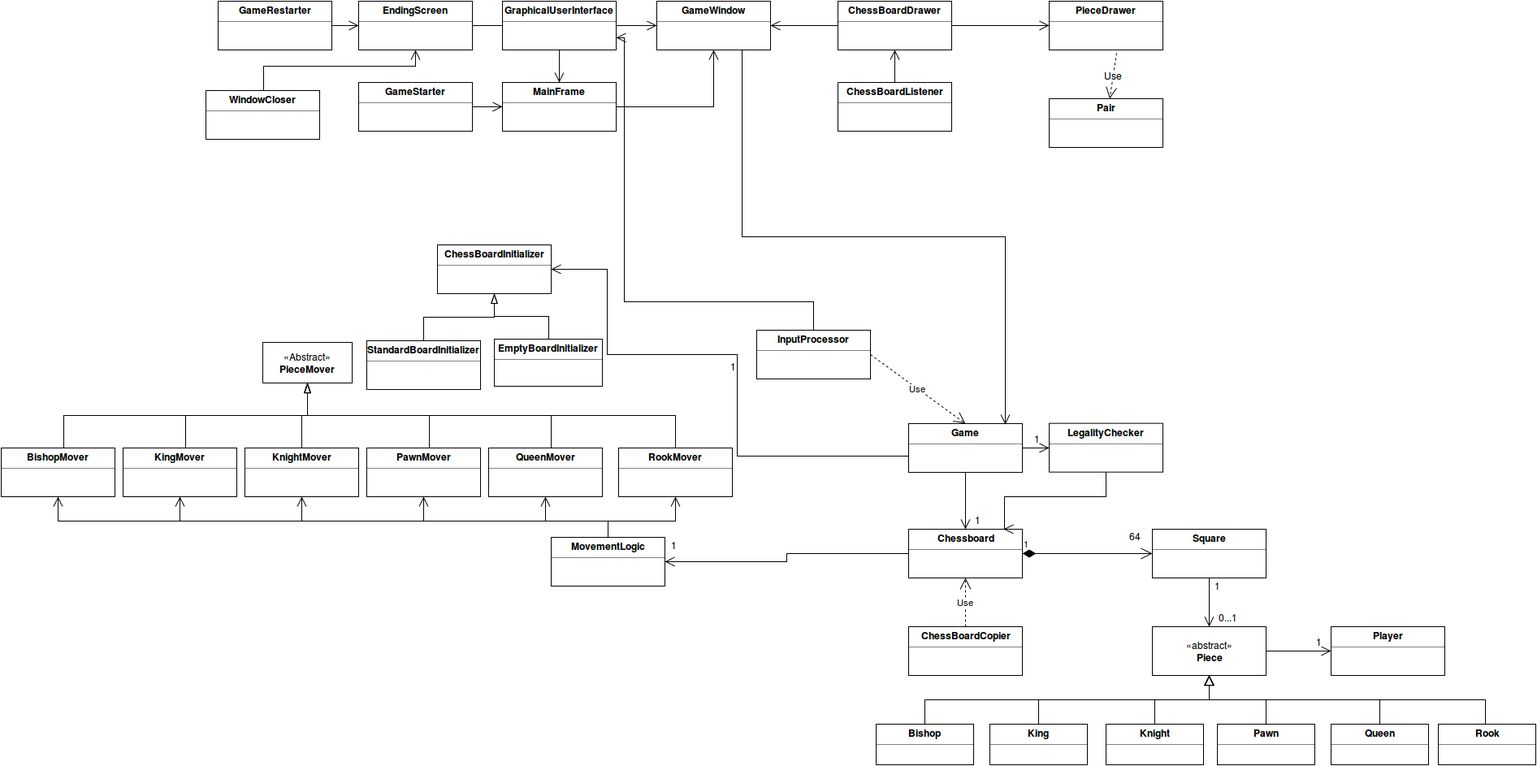
Above: dokumentaatio/Luokkakaavio.png in salsam/Samin-shakki (draw.io), before the change. Source tidied: cells renumbered, new cells last; positions are measured from the earlier drawing's top-left corner, leaving out a move shared by most shapes.
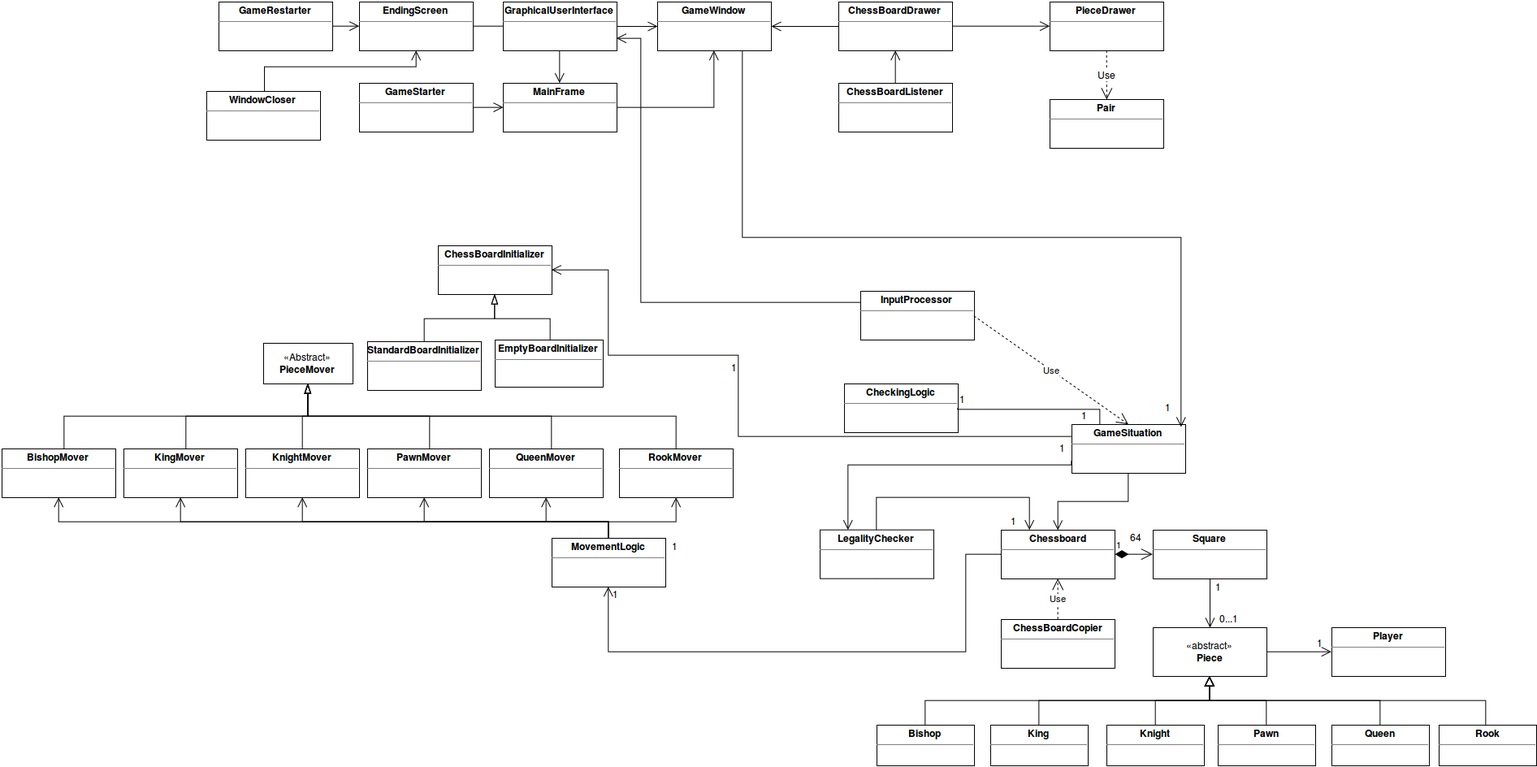
Later version of the same file.

Commit message:
Luokkakaavio päivitetty

What changed in the source:
```diff
@@ -2,9 +2,8 @@
   <root>
     <mxCell id="0" />
     <mxCell id="1" parent="0" />
-    <mxCell id="2" value="1" style="endArrow=open;html=1;endSize=12;startArrow=diamondThin;startSize=14;startFill=1;edgeStyle=orthogonalEdgeStyle;align=left;verticalAlign=bottom;" parent="1" edge="1">
+    <mxCell id="2" value="1" style="endArrow=open;html=1;endSize=12;startArrow=diamondThin;startSize=14;startFill=1;edgeStyle=orthogonalEdgeStyle;align=left;verticalAlign=bottom;" parent="1" edge="1" source="7">
       <mxGeometry x="-1" y="3" relative="1" as="geometry">
-        <mxPoint x="1257" y="680" as="sourcePoint" />
         <mxPoint x="1417" y="680" as="targetPoint" />
         <Array as="points">
           <mxPoint x="1337" y="680" />
@@ -21,12 +20,15 @@
     <mxCell id="5" value="«abstract»&lt;br&gt;&lt;b&gt;Piece&lt;/b&gt;" style="html=1;" parent="1" vertex="1">
       <mxGeometry x="1417" y="770" width="140" height="60" as="geometry" />
     </mxCell>
-    <mxCell id="6" style="edgeStyle=orthogonalEdgeStyle;rounded=0;html=1;entryX=1;entryY=0.5;startSize=6;endArrow=open;endFill=0;endSize=10;jettySize=auto;strokeWidth=1;" parent="1" edge="1" source="7" target="44">
-      <mxGeometry relative="1" as="geometry" />
+    <mxCell id="6" style="edgeStyle=orthogonalEdgeStyle;rounded=0;html=1;entryX=0.5;entryY=1;startSize=6;endArrow=open;endFill=0;endSize=10;jettySize=auto;strokeWidth=1;" parent="1" edge="1" source="7" target="44">
+      <mxGeometry relative="1" as="geometry">
+        <Array as="points">
+          <mxPoint x="1187" y="680" />
+          <mxPoint x="1187" y="800" />
+          <mxPoint x="747" y="800" />
+        </Array>
+      </mxGeometry>
     </mxCell>
-    <mxCell id="7" value="&lt;p style=&quot;margin: 0px ; margin-top: 4px ; text-align: center&quot;&gt;&lt;b&gt;Chessboard&lt;/b&gt;&lt;/p&gt;&lt;hr size=&quot;1&quot;&gt;&lt;div style=&quot;height: 2px&quot;&gt;&lt;/div&gt;" style="verticalAlign=top;align=left;overflow=fill;fontSize=12;fontFamily=Helvetica;html=1;" parent="1" vertex="1">
-      <mxGeometry x="1117" y="650" width="140" height="60" as="geometry" />
-    </mxCell>
     <mxCell id="8" style="edgeStyle=orthogonalEdgeStyle;rounded=0;html=1;startSize=6;endArrow=open;endFill=0;endSize=10;jettySize=auto;strokeWidth=1;" parent="1" edge="1" source="9" target="5">
       <mxGeometry relative="1" as="geometry" />
     </mxCell>
@@ -107,44 +109,44 @@
     <mxCell id="25" style="edgeStyle=orthogonalEdgeStyle;rounded=0;html=1;startSize=6;endArrow=open;endFill=0;endSize=10;jettySize=auto;strokeWidth=1;" parent="1" edge="1" source="27" target="7">
       <mxGeometry relative="1" as="geometry" />
     </mxCell>
-    <mxCell id="26" style="edgeStyle=orthogonalEdgeStyle;rounded=0;html=1;startSize=6;endArrow=open;endFill=0;endSize=10;jettySize=auto;strokeWidth=1;entryX=1;entryY=0.5;" parent="1" edge="1" source="27" target="28">
+    <mxCell id="26" style="edgeStyle=orthogonalEdgeStyle;rounded=0;html=1;startSize=6;endArrow=open;endFill=0;endSize=10;jettySize=auto;strokeWidth=1;entryX=1;entryY=0.5;exitX=0;exitY=0.25;" parent="1" edge="1" source="27" target="28">
       <mxGeometry relative="1" as="geometry">
         <Array as="points">
-          <mxPoint x="906" y="560" />
+          <mxPoint x="906" y="535" />
           <mxPoint x="906" y="435" />
           <mxPoint x="746" y="435" />
           <mxPoint x="746" y="330" />
         </Array>
       </mxGeometry>
     </mxCell>
-    <mxCell id="27" value="&lt;p style=&quot;margin: 0px ; margin-top: 4px ; text-align: center&quot;&gt;&lt;b&gt;Game&lt;/b&gt;&lt;br&gt;&lt;/p&gt;&lt;hr size=&quot;1&quot;&gt;&lt;div style=&quot;height: 2px&quot;&gt;&lt;/div&gt;" style="verticalAlign=top;align=left;overflow=fill;fontSize=12;fontFamily=Helvetica;html=1;" parent="1" vertex="1">
-      <mxGeometry x="1117" y="520" width="140" height="60" as="geometry" />
+    <mxCell id="27" value="&lt;p style=&quot;margin: 0px ; margin-top: 4px ; text-align: center&quot;&gt;&lt;b&gt;GameSituation&lt;/b&gt;&lt;br&gt;&lt;/p&gt;&lt;hr size=&quot;1&quot;&gt;&lt;div style=&quot;height: 2px&quot;&gt;&lt;/div&gt;" style="verticalAlign=top;align=left;overflow=fill;fontSize=12;fontFamily=Helvetica;html=1;" parent="1" vertex="1">
+      <mxGeometry x="1317" y="520" width="140" height="60" as="geometry" />
     </mxCell>
     <mxCell id="28" value="&lt;p style=&quot;margin: 0px ; margin-top: 4px ; text-align: center&quot;&gt;&lt;b&gt;ChessBoardInitializer&lt;/b&gt;&lt;/p&gt;&lt;hr size=&quot;1&quot;&gt;&lt;div style=&quot;height: 2px&quot;&gt;&lt;/div&gt;" style="verticalAlign=top;align=left;overflow=fill;fontSize=12;fontFamily=Helvetica;html=1;" parent="1" vertex="1">
       <mxGeometry x="537" y="300" width="140" height="60" as="geometry" />
     </mxCell>
     <mxCell id="29" value="1" style="text;html=1;align=left;verticalAlign=top;spacingTop=-4;" parent="1" vertex="1">
-      <mxGeometry x="1197" y="630" width="20" height="20" as="geometry" />
+      <mxGeometry x="1240" y="630" width="20" height="20" as="geometry" />
     </mxCell>
     <mxCell id="30" value="1" style="text;html=1;strokeColor=none;fillColor=none;align=center;verticalAlign=middle;whiteSpace=wrap;overflow=hidden;" parent="1" vertex="1">
       <mxGeometry x="1476" y="710" width="40" height="20" as="geometry" />
     </mxCell>
-    <mxCell id="31" style="edgeStyle=orthogonalEdgeStyle;rounded=0;html=1;entryX=0.836;entryY=0;entryPerimeter=0;startSize=6;endArrow=open;endFill=0;endSize=10;jettySize=auto;strokeWidth=1;exitX=0.5;exitY=1;" parent="1" edge="1" source="32" target="7">
+    <mxCell id="31" style="edgeStyle=orthogonalEdgeStyle;rounded=0;html=1;entryX=0.25;entryY=0;startSize=6;endArrow=open;endFill=0;endSize=10;jettySize=auto;strokeWidth=1;exitX=0.5;exitY=1;" parent="1" edge="1" source="32" target="7">
       <mxGeometry relative="1" as="geometry">
         <Array as="points">
-          <mxPoint x="1360" y="610" />
-          <mxPoint x="1235" y="610" />
+          <mxPoint x="1077" y="610" />
+          <mxPoint x="1265" y="610" />
         </Array>
       </mxGeometry>
     </mxCell>
     <mxCell id="32" value="&lt;p style=&quot;margin: 0px ; margin-top: 4px ; text-align: center&quot;&gt;&lt;b&gt;LegalityChecker&lt;/b&gt;&lt;br&gt;&lt;/p&gt;&lt;hr size=&quot;1&quot;&gt;&lt;div style=&quot;height: 2px&quot;&gt;&lt;/div&gt;" style="verticalAlign=top;align=left;overflow=fill;fontSize=12;fontFamily=Helvetica;html=1;" parent="1" vertex="1">
-      <mxGeometry x="1290" y="519.7" width="140" height="60" as="geometry" />
+      <mxGeometry x="1007" y="649.7" width="140" height="60" as="geometry" />
     </mxCell>
     <mxCell id="33" value="1" style="text;html=1;strokeColor=none;fillColor=none;align=center;verticalAlign=middle;whiteSpace=wrap;overflow=hidden;" parent="1" vertex="1">
       <mxGeometry x="880" y="440" width="40" height="20" as="geometry" />
     </mxCell>
     <mxCell id="34" value="&lt;p style=&quot;margin: 0px ; margin-top: 4px ; text-align: center&quot;&gt;&lt;b&gt;ChessBoardCopier&lt;/b&gt;&lt;/p&gt;&lt;hr size=&quot;1&quot;&gt;&lt;div style=&quot;height: 2px&quot;&gt;&lt;/div&gt;" style="verticalAlign=top;align=left;overflow=fill;fontSize=12;fontFamily=Helvetica;html=1;" parent="1" vertex="1">
-      <mxGeometry x="1117" y="770" width="140" height="60" as="geometry" />
+      <mxGeometry x="1230" y="760" width="140" height="60" as="geometry" />
     </mxCell>
     <mxCell id="35" value="Use" style="endArrow=open;endSize=12;dashed=1;html=1;strokeWidth=1;rotation=4;flipV=0;flipH=0;exitX=0.5;exitY=0;entryX=0.5;entryY=1;" parent="1" edge="1" source="34" target="7">
       <mxGeometry relative="1" as="geometry" />
@@ -152,14 +154,13 @@
     <mxCell id="36" style="edgeStyle=orthogonalEdgeStyle;rounded=0;html=1;startSize=6;endArrow=open;endFill=0;endSize=10;jettySize=auto;strokeWidth=1;entryX=1;entryY=0.75;" parent="1" edge="1" source="37" target="62">
       <mxGeometry relative="1" as="geometry">
         <Array as="points">
-          <mxPoint x="1000" y="370" />
-          <mxPoint x="767" y="370" />
-          <mxPoint x="767" y="45" />
+          <mxPoint x="787" y="370" />
+          <mxPoint x="787" y="45" />
         </Array>
       </mxGeometry>
     </mxCell>
     <mxCell id="37" value="&lt;p style=&quot;margin: 0px ; margin-top: 4px ; text-align: center&quot;&gt;&lt;b&gt;InputProcessor&lt;/b&gt;&lt;br&gt;&lt;/p&gt;&lt;hr size=&quot;1&quot;&gt;&lt;div style=&quot;height: 2px&quot;&gt;&lt;/div&gt;" style="verticalAlign=top;align=left;overflow=fill;fontSize=12;fontFamily=Helvetica;html=1;" parent="1" vertex="1">
-      <mxGeometry x="930" y="405" width="140" height="60" as="geometry" />
+      <mxGeometry x="1057" y="356" width="140" height="60" as="geometry" />
     </mxCell>
     <mxCell id="38" style="edgeStyle=orthogonalEdgeStyle;rounded=0;html=1;entryX=0.5;entryY=1;startSize=6;endArrow=open;endFill=0;endSize=10;jettySize=auto;strokeWidth=1;" parent="1" edge="1" source="44" target="57">
       <mxGeometry relative="1" as="geometry">
@@ -294,8 +295,13 @@
     <mxCell id="63" style="edgeStyle=orthogonalEdgeStyle;rounded=0;html=1;startSize=6;endArrow=open;endFill=0;endSize=10;jettySize=auto;strokeWidth=1;" parent="1" edge="1" source="69" target="65">
       <mxGeometry relative="1" as="geometry" />
     </mxCell>
-    <mxCell id="64" style="edgeStyle=orthogonalEdgeStyle;rounded=0;html=1;exitX=0.75;exitY=1;entryX=0.85;entryY=0.017;entryPerimeter=0;startSize=6;endArrow=open;endFill=0;endSize=10;jettySize=auto;strokeWidth=1;" parent="1" edge="1" source="65" target="27">
-      <mxGeometry relative="1" as="geometry" />
+    <mxCell id="64" style="edgeStyle=orthogonalEdgeStyle;rounded=0;html=1;exitX=0.75;exitY=1;entryX=0.964;entryY=0.063;startSize=6;endArrow=open;endFill=0;endSize=10;jettySize=auto;strokeWidth=1;entryPerimeter=0;" parent="1" edge="1" source="65" target="27">
+      <mxGeometry relative="1" as="geometry">
+        <Array as="points">
+          <mxPoint x="912" y="290" />
+          <mxPoint x="1452" y="290" />
+        </Array>
+      </mxGeometry>
     </mxCell>
     <mxCell id="65" value="&lt;p style=&quot;margin: 0px ; margin-top: 4px ; text-align: center&quot;&gt;&lt;b&gt;GameWindow&lt;/b&gt;&lt;br&gt;&lt;/p&gt;&lt;hr size=&quot;1&quot;&gt;&lt;div style=&quot;height: 2px&quot;&gt;&lt;/div&gt;" style="verticalAlign=top;align=left;overflow=fill;fontSize=12;fontFamily=Helvetica;html=1;" parent="1" vertex="1">
       <mxGeometry x="807" width="140" height="60" as="geometry" />
@@ -345,32 +351,35 @@
       <mxGeometry x="252" y="110" width="140" height="60" as="geometry" />
     </mxCell>
     <mxCell id="79" value="1" style="text;html=1;align=left;verticalAlign=top;spacingTop=-4;" parent="1" vertex="1">
-      <mxGeometry x="1270" y="530" width="20" height="20" as="geometry" />
+      <mxGeometry x="1300" y="540" width="20" height="20" as="geometry" />
     </mxCell>
-    <mxCell id="80" style="edgeStyle=orthogonalEdgeStyle;rounded=0;html=1;startSize=6;endArrow=open;endFill=0;endSize=10;jettySize=auto;strokeWidth=1;entryX=0;entryY=0.5;" parent="1" edge="1" source="27" target="32">
+    <mxCell id="80" style="edgeStyle=orthogonalEdgeStyle;rounded=0;html=1;startSize=6;endArrow=open;endFill=0;endSize=10;jettySize=auto;strokeWidth=1;entryX=0.25;entryY=0;exitX=0;exitY=0.75;" parent="1" edge="1" source="27" target="32">
       <mxGeometry relative="1" as="geometry">
         <Array as="points">
-          <mxPoint x="1267" y="550" />
-          <mxPoint x="1267" y="550" />
+          <mxPoint x="1317" y="570" />
+          <mxPoint x="1042" y="570" />
         </Array>
       </mxGeometry>
     </mxCell>
-    <mxCell id="81" value="Use" style="endArrow=open;endSize=12;dashed=1;html=1;strokeWidth=1;exitX=1;exitY=0.5;" parent="1" edge="1" source="37">
-      <mxGeometry relative="1" as="geometry">
-        <mxPoint x="1187" y="520" as="targetPoint" />
-      </mxGeometry>
+    <mxCell id="81" value="Use" style="endArrow=open;endSize=12;dashed=1;html=1;strokeWidth=1;exitX=1;exitY=0.5;entryX=0.5;entryY=0;" parent="1" edge="1" source="37" target="27">
+      <mxGeometry relative="1" as="geometry" />
     </mxCell>
     <mxCell id="82" value="&lt;p style=&quot;margin: 0px ; margin-top: 4px ; text-align: center&quot;&gt;&lt;b&gt;PieceDrawer&lt;/b&gt;&lt;br&gt;&lt;/p&gt;&lt;hr size=&quot;1&quot;&gt;&lt;div style=&quot;height: 2px&quot;&gt;&lt;/div&gt;" style="verticalAlign=top;align=left;overflow=fill;fontSize=12;fontFamily=Helvetica;html=1;" parent="1" vertex="1">
       <mxGeometry x="1290" width="140" height="60" as="geometry" />
     </mxCell>
-    <mxCell id="83" value="Use" style="endArrow=open;endSize=12;dashed=1;html=1;strokeWidth=1;fontSize=12;exitX=0.591;exitY=1.064;exitPerimeter=0;" parent="1" edge="1" source="82" target="84">
+    <mxCell id="83" value="Use" style="endArrow=open;endSize=12;dashed=1;html=1;strokeWidth=1;fontSize=12;exitX=0.5;exitY=1;" parent="1" edge="1" source="82" target="84">
       <mxGeometry relative="1" as="geometry" />
     </mxCell>
     <mxCell id="84" value="&lt;p style=&quot;margin: 0px ; margin-top: 4px ; text-align: center&quot;&gt;&lt;b&gt;Pair&lt;/b&gt;&lt;br&gt;&lt;/p&gt;&lt;hr size=&quot;1&quot;&gt;&lt;div style=&quot;height: 2px&quot;&gt;&lt;/div&gt;" style="verticalAlign=top;align=left;overflow=fill;fontSize=12;fontFamily=Helvetica;html=1;" parent="1" vertex="1">
       <mxGeometry x="1290" y="120" width="140" height="60" as="geometry" />
     </mxCell>
     <mxCell id="85" style="edgeStyle=orthogonalEdgeStyle;rounded=0;html=1;entryX=0.5;entryY=1;startSize=6;endArrow=blockThin;endFill=0;endSize=10;jettySize=auto;strokeWidth=1;fontSize=12;" parent="1" edge="1" source="86" target="28">
-      <mxGeometry relative="1" as="geometry" />
+      <mxGeometry relative="1" as="geometry">
+        <Array as="points">
+          <mxPoint x="674" y="390" />
+          <mxPoint x="607" y="390" />
+        </Array>
+      </mxGeometry>
     </mxCell>
     <mxCell id="86" value="&lt;p style=&quot;margin: 0px ; margin-top: 4px ; text-align: center&quot;&gt;&lt;b&gt;EmptyBoardInitializer&lt;/b&gt;&lt;br&gt;&lt;/p&gt;&lt;hr size=&quot;1&quot;&gt;&lt;div style=&quot;height: 2px&quot;&gt;&lt;/div&gt;" style="verticalAlign=top;align=left;overflow=fill;fontSize=12;fontFamily=Helvetica;html=1;" parent="1" vertex="1">
       <mxGeometry x="607" y="416" width="133" height="58" as="geometry" />
@@ -379,13 +388,39 @@
       <mxGeometry relative="1" as="geometry">
         <mxPoint x="607" y="360" as="targetPoint" />
         <Array as="points">
-          <mxPoint x="520" y="389" />
-          <mxPoint x="607" y="389" />
+          <mxPoint x="520" y="390" />
+          <mxPoint x="607" y="390" />
         </Array>
       </mxGeometry>
     </mxCell>
     <mxCell id="88" value="&lt;p style=&quot;margin: 0px ; margin-top: 4px ; text-align: center&quot;&gt;&lt;b&gt;StandardBoardInitializer&lt;/b&gt;&lt;br&gt;&lt;/p&gt;&lt;hr size=&quot;1&quot;&gt;&lt;div style=&quot;height: 2px&quot;&gt;&lt;/div&gt;" style="verticalAlign=top;align=left;overflow=fill;fontSize=12;fontFamily=Helvetica;html=1;" parent="1" vertex="1">
       <mxGeometry x="450" y="418" width="140" height="60" as="geometry" />
     </mxCell>
+    <mxCell id="89" value="&lt;p style=&quot;margin: 0px ; margin-top: 4px ; text-align: center&quot;&gt;&lt;b&gt;CheckingLogic&lt;/b&gt;&lt;/p&gt;&lt;hr size=&quot;1&quot;&gt;&lt;div style=&quot;height: 2px&quot;&gt;&lt;/div&gt;" style="verticalAlign=top;align=left;overflow=fill;fontSize=12;fontFamily=Helvetica;html=1;" parent="1" vertex="1">
+      <mxGeometry x="1037" y="470" width="140" height="60" as="geometry" />
+    </mxCell>
+    <mxCell id="90" value="1" style="text;html=1;align=left;verticalAlign=top;spacingTop=-4;fontSize=12;" parent="1" vertex="1">
+      <mxGeometry x="1430" y="490" width="20" height="20" as="geometry" />
+    </mxCell>
+    <mxCell id="91" value="1" style="text;html=1;align=left;verticalAlign=top;spacingTop=-4;fontSize=12;" parent="1" vertex="1">
+      <mxGeometry x="1177" y="480" width="20" height="20" as="geometry" />
+    </mxCell>
+    <mxCell id="92" style="edgeStyle=orthogonalEdgeStyle;rounded=0;html=1;startArrow=none;startFill=0;startSize=6;endArrow=none;endFill=0;endSize=10;jettySize=auto;strokeWidth=1;fontSize=12;exitX=1;exitY=0.5;entryX=0.25;entryY=0;" parent="1" edge="1" source="89" target="27">
+      <mxGeometry relative="1" as="geometry">
+        <Array as="points">
+          <mxPoint x="1177" y="501" />
+          <mxPoint x="1352" y="501" />
+        </Array>
+      </mxGeometry>
+    </mxCell>
+    <mxCell id="7" value="&lt;p style=&quot;margin: 0px ; margin-top: 4px ; text-align: center&quot;&gt;&lt;b&gt;Chessboard&lt;/b&gt;&lt;/p&gt;&lt;hr size=&quot;1&quot;&gt;&lt;div style=&quot;height: 2px&quot;&gt;&lt;/div&gt;" style="verticalAlign=top;align=left;overflow=fill;fontSize=12;fontFamily=Helvetica;html=1;" parent="1" vertex="1">
+      <mxGeometry x="1230" y="650" width="140" height="60" as="geometry" />
+    </mxCell>
+    <mxCell id="93" value="1" style="text;html=1;align=left;verticalAlign=top;spacingTop=-4;fontSize=12;" parent="1" vertex="1">
+      <mxGeometry x="1327" y="500" width="20" height="20" as="geometry" />
+    </mxCell>
+    <mxCell id="94" value="1" style="text;html=1;align=left;verticalAlign=top;spacingTop=-4;fontSize=12;" parent="1" vertex="1">
+      <mxGeometry x="750" y="720" width="20" height="20" as="geometry" />
+    </mxCell>
   </root>
 </mxGraphModel>
```
